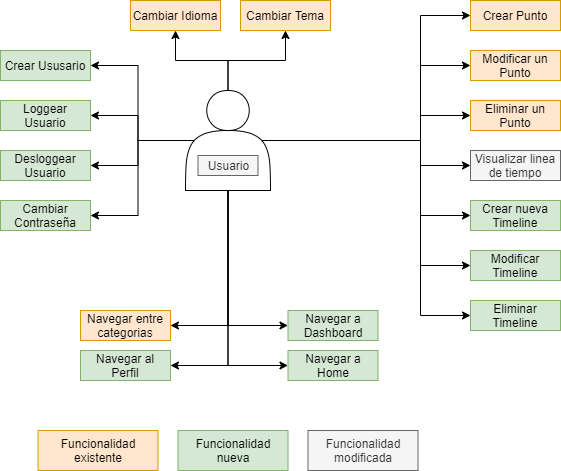
mendezigna/linea-de-tiempo keeps this draw.io diagram as diagrams/diagrama-casos-de-uso-entrega2.drawio.png. Above is the earlier version. Source tidied: cells renumbered, new cells last; positions are measured from the earlier drawing's top-left corner, leaving out a move shared by most shapes. The source it was exported from:
```xml
<mxGraphModel>
  <root>
    <mxCell id="0" />
    <mxCell id="1" parent="0" />
    <mxCell id="2" value="Crear Punto" style="rounded=0;whiteSpace=wrap;html=1;fillColor=#ffe6cc;strokeColor=#d79b00;" parent="1" vertex="1">
      <mxGeometry x="470" width="90" height="30" as="geometry" />
    </mxCell>
    <mxCell id="3" value="Modificar un Punto" style="rounded=0;whiteSpace=wrap;html=1;fillColor=#ffe6cc;strokeColor=#d79b00;" parent="1" vertex="1">
      <mxGeometry x="470" y="50" width="90" height="30" as="geometry" />
    </mxCell>
    <mxCell id="4" value="Eliminar un Punto" style="rounded=0;whiteSpace=wrap;html=1;fillColor=#ffe6cc;strokeColor=#d79b00;" parent="1" vertex="1">
      <mxGeometry x="470" y="100" width="90" height="30" as="geometry" />
    </mxCell>
    <mxCell id="5" value="Visualizar linea de tiempo" style="rounded=0;whiteSpace=wrap;html=1;fillColor=#f5f5f5;strokeColor=#666666;fontColor=#333333;" parent="1" vertex="1">
      <mxGeometry x="470" y="150" width="90" height="30" as="geometry" />
    </mxCell>
    <mxCell id="6" style="edgeStyle=orthogonalEdgeStyle;rounded=0;jettySize=auto;html=1;entryX=0;entryY=0.5;entryDx=0;entryDy=0;" parent="1" edge="1" source="23" target="2">
      <mxGeometry relative="1" as="geometry">
        <Array as="points">
          <mxPoint x="420" y="140" />
          <mxPoint x="420" y="15" />
        </Array>
      </mxGeometry>
    </mxCell>
    <mxCell id="7" style="edgeStyle=orthogonalEdgeStyle;rounded=0;jettySize=auto;html=1;entryX=0;entryY=0.5;entryDx=0;entryDy=0;" parent="1" edge="1" source="23" target="3">
      <mxGeometry relative="1" as="geometry">
        <Array as="points">
          <mxPoint x="420" y="140" />
          <mxPoint x="420" y="65" />
        </Array>
      </mxGeometry>
    </mxCell>
    <mxCell id="8" style="edgeStyle=orthogonalEdgeStyle;rounded=0;jettySize=auto;html=1;" parent="1" edge="1" source="23" target="4">
      <mxGeometry relative="1" as="geometry">
        <Array as="points">
          <mxPoint x="420" y="140" />
          <mxPoint x="420" y="115" />
        </Array>
      </mxGeometry>
    </mxCell>
    <mxCell id="9" style="edgeStyle=orthogonalEdgeStyle;rounded=0;jettySize=auto;html=1;entryX=0;entryY=0.5;entryDx=0;entryDy=0;" parent="1" edge="1" source="23" target="5">
      <mxGeometry relative="1" as="geometry">
        <Array as="points">
          <mxPoint x="420" y="140" />
          <mxPoint x="420" y="165" />
        </Array>
      </mxGeometry>
    </mxCell>
    <mxCell id="10" style="edgeStyle=orthogonalEdgeStyle;rounded=0;jettySize=auto;html=1;entryX=1;entryY=0.5;entryDx=0;entryDy=0;exitX=0.5;exitY=1;exitDx=0;exitDy=0;" parent="1" edge="1" source="23" target="25">
      <mxGeometry relative="1" as="geometry" />
    </mxCell>
    <mxCell id="11" style="edgeStyle=orthogonalEdgeStyle;rounded=0;jettySize=auto;html=1;" parent="1" edge="1" source="23" target="28">
      <mxGeometry relative="1" as="geometry" />
    </mxCell>
    <mxCell id="12" style="edgeStyle=orthogonalEdgeStyle;rounded=0;jettySize=auto;html=1;" parent="1" edge="1" source="23" target="29">
      <mxGeometry relative="1" as="geometry" />
    </mxCell>
    <mxCell id="13" style="edgeStyle=orthogonalEdgeStyle;rounded=0;jettySize=auto;html=1;exitX=0.5;exitY=1;exitDx=0;exitDy=0;entryX=0;entryY=0.5;entryDx=0;entryDy=0;" parent="1" edge="1" source="23" target="36">
      <mxGeometry relative="1" as="geometry" />
    </mxCell>
    <mxCell id="14" style="edgeStyle=orthogonalEdgeStyle;rounded=0;jettySize=auto;html=1;exitX=0.5;exitY=1;exitDx=0;exitDy=0;entryX=0;entryY=0.5;entryDx=0;entryDy=0;" parent="1" edge="1" source="23" target="35">
      <mxGeometry relative="1" as="geometry" />
    </mxCell>
    <mxCell id="15" style="edgeStyle=orthogonalEdgeStyle;rounded=0;jettySize=auto;html=1;exitX=0.5;exitY=1;exitDx=0;exitDy=0;entryX=1;entryY=0.5;entryDx=0;entryDy=0;" parent="1" edge="1" source="23" target="37">
      <mxGeometry relative="1" as="geometry" />
    </mxCell>
    <mxCell id="16" style="edgeStyle=orthogonalEdgeStyle;rounded=0;jettySize=auto;html=1;exitX=0.1;exitY=0.5;exitDx=0;exitDy=0;exitPerimeter=0;entryX=1;entryY=0.5;entryDx=0;entryDy=0;" parent="1" edge="1" source="23" target="31">
      <mxGeometry relative="1" as="geometry" />
    </mxCell>
    <mxCell id="17" style="edgeStyle=orthogonalEdgeStyle;rounded=0;jettySize=auto;html=1;exitX=0.1;exitY=0.5;exitDx=0;exitDy=0;exitPerimeter=0;entryX=1;entryY=0.5;entryDx=0;entryDy=0;" parent="1" edge="1" source="23" target="34">
      <mxGeometry relative="1" as="geometry" />
    </mxCell>
    <mxCell id="18" style="edgeStyle=orthogonalEdgeStyle;rounded=0;jettySize=auto;html=1;exitX=0.1;exitY=0.5;exitDx=0;exitDy=0;exitPerimeter=0;entryX=1;entryY=0.5;entryDx=0;entryDy=0;" parent="1" edge="1" source="23" target="32">
      <mxGeometry relative="1" as="geometry" />
    </mxCell>
    <mxCell id="19" style="edgeStyle=orthogonalEdgeStyle;rounded=0;jettySize=auto;html=1;exitX=0.1;exitY=0.5;exitDx=0;exitDy=0;exitPerimeter=0;entryX=1;entryY=0.5;entryDx=0;entryDy=0;" parent="1" edge="1" source="23" target="33">
      <mxGeometry relative="1" as="geometry" />
    </mxCell>
    <mxCell id="20" style="edgeStyle=orthogonalEdgeStyle;rounded=0;jettySize=auto;html=1;exitX=0.9;exitY=0.5;exitDx=0;exitDy=0;exitPerimeter=0;entryX=0;entryY=0.5;entryDx=0;entryDy=0;" parent="1" edge="1" source="23" target="39">
      <mxGeometry relative="1" as="geometry">
        <Array as="points">
          <mxPoint x="420" y="140" />
          <mxPoint x="420" y="265" />
        </Array>
      </mxGeometry>
    </mxCell>
    <mxCell id="21" style="edgeStyle=orthogonalEdgeStyle;rounded=0;jettySize=auto;html=1;exitX=0.9;exitY=0.5;exitDx=0;exitDy=0;exitPerimeter=0;entryX=0;entryY=0.5;entryDx=0;entryDy=0;" parent="1" edge="1" source="23" target="38">
      <mxGeometry relative="1" as="geometry">
        <Array as="points">
          <mxPoint x="420" y="140" />
          <mxPoint x="420" y="215" />
        </Array>
      </mxGeometry>
    </mxCell>
    <mxCell id="22" style="edgeStyle=orthogonalEdgeStyle;rounded=0;jettySize=auto;html=1;exitX=0.9;exitY=0.5;exitDx=0;exitDy=0;exitPerimeter=0;entryX=0;entryY=0.5;entryDx=0;entryDy=0;" parent="1" edge="1" source="23" target="40">
      <mxGeometry relative="1" as="geometry">
        <Array as="points">
          <mxPoint x="420" y="140" />
          <mxPoint x="420" y="315" />
        </Array>
      </mxGeometry>
    </mxCell>
    <mxCell id="23" style="shape=actor;whiteSpace=wrap;html=1;" parent="1" vertex="1">
      <mxGeometry x="185" y="90" width="85" height="100" as="geometry" />
    </mxCell>
    <mxCell id="24" value="Usuario" style="text;html=1;align=center;verticalAlign=middle;strokeColor=#666666;fillColor=#f5f5f5;fontColor=#333333;" parent="1" vertex="1">
      <mxGeometry x="197.5" y="155" width="60" height="20" as="geometry" />
    </mxCell>
    <mxCell id="25" value="Navegar entre categorias" style="rounded=0;whiteSpace=wrap;html=1;fillColor=#ffe6cc;strokeColor=#d79b00;" parent="1" vertex="1">
      <mxGeometry x="80" y="310" width="90" height="30" as="geometry" />
    </mxCell>
    <mxCell id="26" value="Funcionalidad existente" style="rounded=0;whiteSpace=wrap;html=1;fillColor=#ffe6cc;strokeColor=#d79b00;" parent="1" vertex="1">
      <mxGeometry x="37.5" y="430" width="120" height="40" as="geometry" />
    </mxCell>
    <mxCell id="27" value="Funcionalidad nueva" style="rounded=0;whiteSpace=wrap;html=1;fillColor=#d5e8d4;strokeColor=#82b366;" parent="1" vertex="1">
      <mxGeometry x="177.5" y="430" width="110" height="40" as="geometry" />
    </mxCell>
    <mxCell id="28" value="Cambiar Idioma" style="rounded=0;whiteSpace=wrap;html=1;fillColor=#ffe6cc;strokeColor=#d79b00;" parent="1" vertex="1">
      <mxGeometry x="130" width="90" height="30" as="geometry" />
    </mxCell>
    <mxCell id="29" value="Cambiar Tema" style="rounded=0;whiteSpace=wrap;html=1;fillColor=#ffe6cc;strokeColor=#d79b00;" parent="1" vertex="1">
      <mxGeometry x="240" width="90" height="30" as="geometry" />
    </mxCell>
    <mxCell id="30" value="Funcionalidad&lt;br&gt;modificada" style="rounded=0;whiteSpace=wrap;html=1;fillColor=#f5f5f5;strokeColor=#666666;fontColor=#333333;" parent="1" vertex="1">
      <mxGeometry x="307.5" y="430" width="110" height="40" as="geometry" />
    </mxCell>
    <mxCell id="31" value="Crear Ususario" style="rounded=0;whiteSpace=wrap;html=1;fillColor=#d5e8d4;strokeColor=#82b366;" parent="1" vertex="1">
      <mxGeometry y="50" width="90" height="30" as="geometry" />
    </mxCell>
    <mxCell id="32" value="Loggear Usuario" style="rounded=0;whiteSpace=wrap;html=1;fillColor=#d5e8d4;strokeColor=#82b366;" parent="1" vertex="1">
      <mxGeometry y="100" width="90" height="30" as="geometry" />
    </mxCell>
    <mxCell id="33" value="Desloggear Usuario" style="rounded=0;whiteSpace=wrap;html=1;fillColor=#d5e8d4;strokeColor=#82b366;" parent="1" vertex="1">
      <mxGeometry y="150" width="90" height="30" as="geometry" />
    </mxCell>
    <mxCell id="34" value="Cambiar Contraseña" style="rounded=0;whiteSpace=wrap;html=1;fillColor=#d5e8d4;strokeColor=#82b366;" parent="1" vertex="1">
      <mxGeometry y="200" width="90" height="30" as="geometry" />
    </mxCell>
    <mxCell id="35" value="Navegar a Home" style="rounded=0;whiteSpace=wrap;html=1;fillColor=#d5e8d4;strokeColor=#82b366;" parent="1" vertex="1">
      <mxGeometry x="287.5" y="350" width="90" height="30" as="geometry" />
    </mxCell>
    <mxCell id="36" value="Navegar a Dashboard" style="rounded=0;whiteSpace=wrap;html=1;fillColor=#d5e8d4;strokeColor=#82b366;" parent="1" vertex="1">
      <mxGeometry x="287.5" y="310" width="90" height="30" as="geometry" />
    </mxCell>
    <mxCell id="37" value="Navegar al Perfil" style="rounded=0;whiteSpace=wrap;html=1;fillColor=#d5e8d4;strokeColor=#82b366;" parent="1" vertex="1">
      <mxGeometry x="80" y="350" width="90" height="30" as="geometry" />
    </mxCell>
    <mxCell id="38" value="Crear nueva Timeline" style="rounded=0;whiteSpace=wrap;html=1;fillColor=#d5e8d4;strokeColor=#82b366;" parent="1" vertex="1">
      <mxGeometry x="470" y="200" width="90" height="30" as="geometry" />
    </mxCell>
    <mxCell id="39" value="Modificar Timeline" style="rounded=0;whiteSpace=wrap;html=1;fillColor=#d5e8d4;strokeColor=#82b366;" parent="1" vertex="1">
      <mxGeometry x="470" y="250" width="90" height="30" as="geometry" />
    </mxCell>
    <mxCell id="40" value="Eliminar Timeline" style="rounded=0;whiteSpace=wrap;html=1;fillColor=#d5e8d4;strokeColor=#82b366;" parent="1" vertex="1">
      <mxGeometry x="470" y="300" width="90" height="30" as="geometry" />
    </mxCell>
  </root>
</mxGraphModel>
```
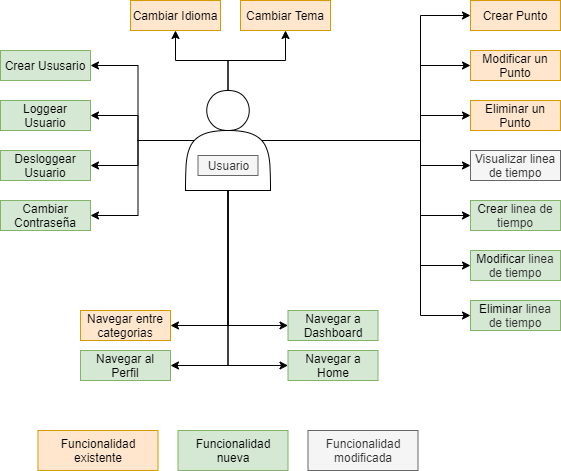
The same file after the commit.

The edit, as a diff of the source:
```diff
@@ -145,13 +145,13 @@
     <mxCell id="37" value="Navegar al Perfil" style="rounded=0;whiteSpace=wrap;html=1;fillColor=#d5e8d4;strokeColor=#82b366;" parent="1" vertex="1">
       <mxGeometry x="80" y="350" width="90" height="30" as="geometry" />
     </mxCell>
-    <mxCell id="38" value="Crear nueva Timeline" style="rounded=0;whiteSpace=wrap;html=1;fillColor=#d5e8d4;strokeColor=#82b366;" parent="1" vertex="1">
+    <mxCell id="38" value="Crear &lt;span style=&quot;color: rgb(51 , 51 , 51)&quot;&gt;linea de tiempo&lt;/span&gt;" style="rounded=0;whiteSpace=wrap;html=1;fillColor=#d5e8d4;strokeColor=#82b366;" parent="1" vertex="1">
       <mxGeometry x="470" y="200" width="90" height="30" as="geometry" />
     </mxCell>
-    <mxCell id="39" value="Modificar Timeline" style="rounded=0;whiteSpace=wrap;html=1;fillColor=#d5e8d4;strokeColor=#82b366;" parent="1" vertex="1">
+    <mxCell id="39" value="Modificar&amp;nbsp;&lt;span style=&quot;color: rgb(51 , 51 , 51)&quot;&gt;linea de tiempo&lt;/span&gt;" style="rounded=0;whiteSpace=wrap;html=1;fillColor=#d5e8d4;strokeColor=#82b366;" parent="1" vertex="1">
       <mxGeometry x="470" y="250" width="90" height="30" as="geometry" />
     </mxCell>
-    <mxCell id="40" value="Eliminar Timeline" style="rounded=0;whiteSpace=wrap;html=1;fillColor=#d5e8d4;strokeColor=#82b366;" parent="1" vertex="1">
+    <mxCell id="40" value="Eliminar&amp;nbsp;&lt;span style=&quot;color: rgb(51 , 51 , 51)&quot;&gt;linea de tiempo&lt;/span&gt;" style="rounded=0;whiteSpace=wrap;html=1;fillColor=#d5e8d4;strokeColor=#82b366;" parent="1" vertex="1">
       <mxGeometry x="470" y="300" width="90" height="30" as="geometry" />
     </mxCell>
   </root>
```
